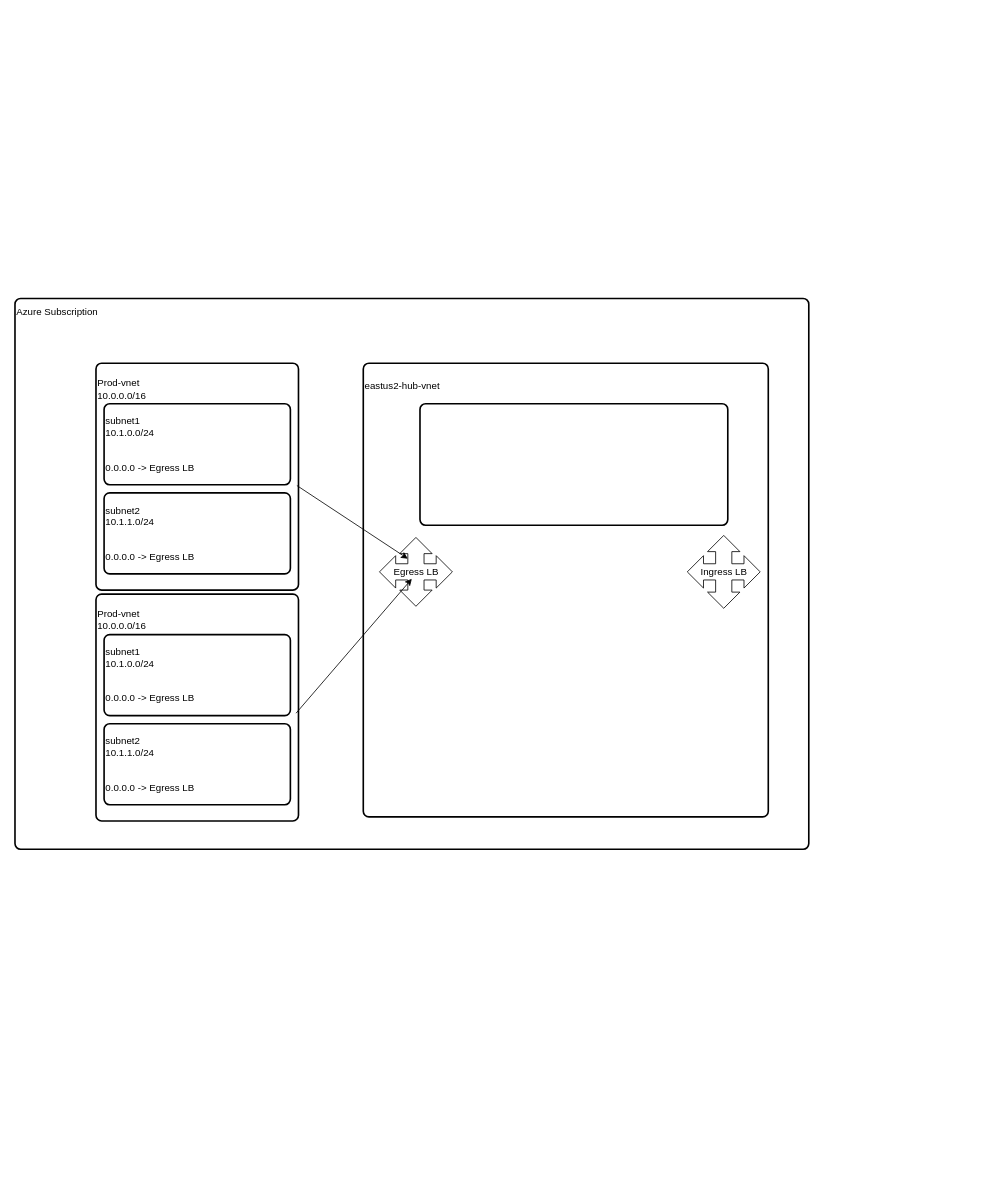
Above: page "Azure-Subscription" (2 of 2) of teste1.drawio in vagner-instructor/topologies (draw.io), before the change. Source tidied: cells renumbered, new cells numbered last; positions are measured from the earlier drawing's top-left corner, leaving out a move shared by most shapes. Both pictures are drawn from the tidied source at 81%, with x=0, y=0 at pixel (15, 298). Pictures stored in the file or linked from it are replaced by grey dashed boxes.
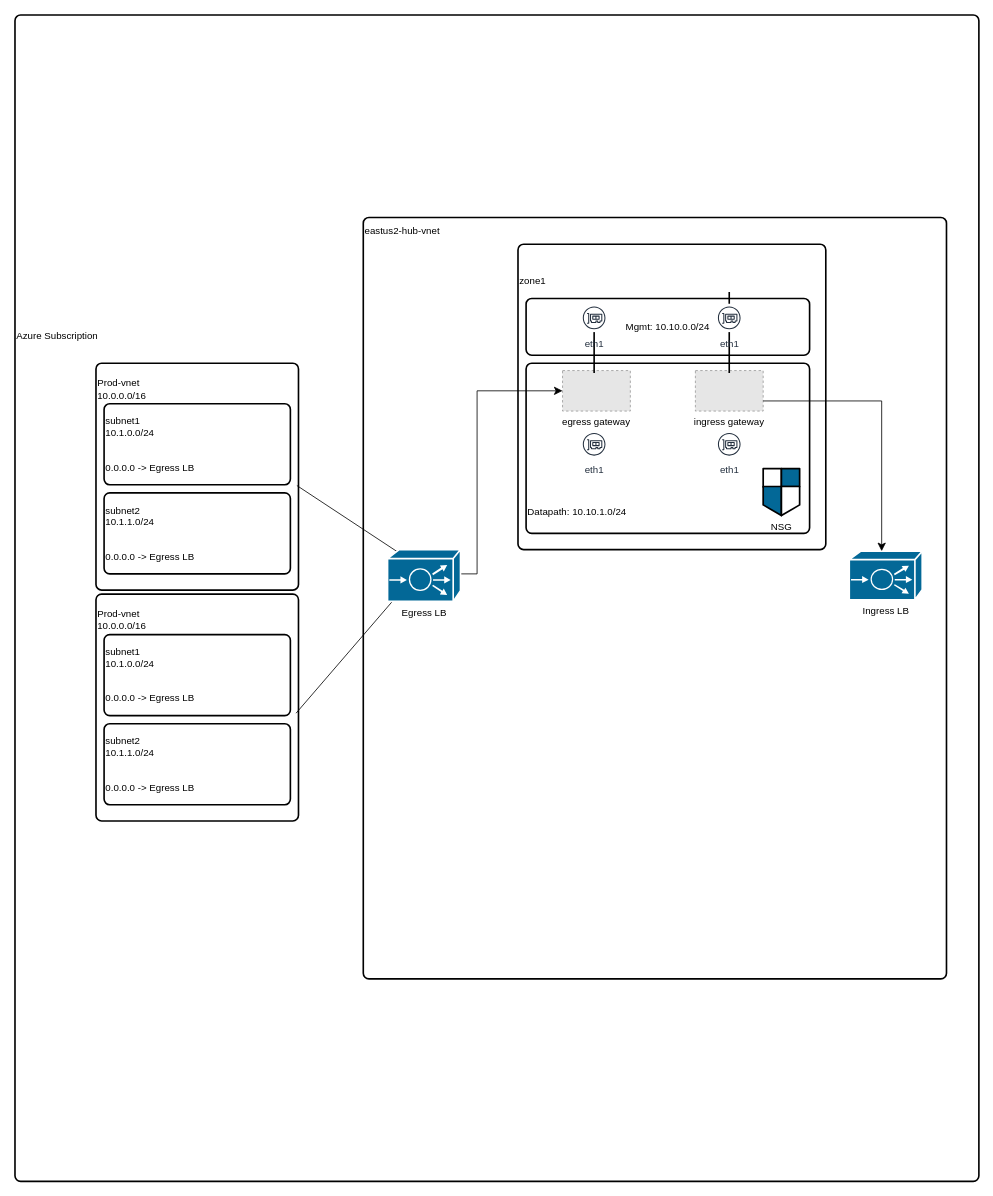
The same diagram, later.

The change refers to these unchanged cells:
```xml
<mxCell id="3" value="Prod-vnet&lt;div&gt;10.0.0.0/16&lt;/div&gt;&lt;div&gt;&lt;br&gt;&lt;/div&gt;&lt;div&gt;&lt;br&gt;&lt;/div&gt;&lt;div&gt;&lt;br&gt;&lt;/div&gt;&lt;div&gt;&lt;br&gt;&lt;/div&gt;&lt;div&gt;&lt;br&gt;&lt;/div&gt;&lt;div&gt;&amp;nbsp;&lt;/div&gt;&lt;div style=&quot;&quot;&gt;&lt;br&gt;&lt;/div&gt;&lt;div style=&quot;&quot;&gt;&lt;br&gt;&lt;/div&gt;&lt;div style=&quot;&quot;&gt;&lt;br&gt;&lt;/div&gt;&lt;div style=&quot;&quot;&gt;&lt;br&gt;&lt;/div&gt;&lt;div style=&quot;&quot;&gt;&lt;br&gt;&lt;/div&gt;&lt;div style=&quot;&quot;&gt;&lt;br&gt;&lt;/div&gt;&lt;div style=&quot;&quot;&gt;&lt;br&gt;&lt;/div&gt;&lt;div style=&quot;&quot;&gt;&lt;br&gt;&lt;/div&gt;&lt;div style=&quot;&quot;&gt;&lt;br&gt;&lt;/div&gt;" style="rounded=1;whiteSpace=wrap;html=1;absoluteArcSize=1;arcSize=14;strokeWidth=2;align=left;" parent="1" vertex="1">
  <mxGeometry x="100" y="80" width="250" height="280" as="geometry" />
</mxCell>
<mxCell id="6" value="Prod-vnet&lt;div&gt;10.0.0.0/16&lt;/div&gt;&lt;div&gt;&lt;br&gt;&lt;/div&gt;&lt;div&gt;&lt;br&gt;&lt;/div&gt;&lt;div&gt;&lt;br&gt;&lt;/div&gt;&lt;div&gt;&lt;br&gt;&lt;/div&gt;&lt;div&gt;&lt;br&gt;&lt;/div&gt;&lt;div&gt;&amp;nbsp;&lt;/div&gt;&lt;div style=&quot;&quot;&gt;&lt;br&gt;&lt;/div&gt;&lt;div style=&quot;&quot;&gt;&lt;br&gt;&lt;/div&gt;&lt;div style=&quot;&quot;&gt;&lt;br&gt;&lt;/div&gt;&lt;div style=&quot;&quot;&gt;&lt;br&gt;&lt;/div&gt;&lt;div style=&quot;&quot;&gt;&lt;br&gt;&lt;/div&gt;&lt;div style=&quot;&quot;&gt;&lt;br&gt;&lt;/div&gt;&lt;div style=&quot;&quot;&gt;&lt;br&gt;&lt;/div&gt;&lt;div style=&quot;&quot;&gt;&lt;br&gt;&lt;/div&gt;&lt;div style=&quot;&quot;&gt;&lt;br&gt;&lt;/div&gt;" style="rounded=1;whiteSpace=wrap;html=1;absoluteArcSize=1;arcSize=14;strokeWidth=2;align=left;" parent="1" vertex="1">
  <mxGeometry x="100" y="365" width="250" height="280" as="geometry" />
</mxCell>
```

Change to the diagram source:
```diff
@@
     <mxCell id="2" value="Azure Subscription&lt;div&gt;&lt;br&gt;&lt;/div&gt;&lt;div&gt;&lt;br&gt;&lt;/div&gt;&lt;div&gt;&lt;br&gt;&lt;/div&gt;&lt;div&gt;&lt;br&gt;&lt;/div&gt;&lt;div&gt;&lt;br&gt;&lt;/div&gt;&lt;div&gt;&lt;br&gt;&lt;/div&gt;&lt;div&gt;&lt;br&gt;&lt;/div&gt;&lt;div&gt;&lt;br&gt;&lt;/div&gt;&lt;div&gt;&lt;br&gt;&lt;/div&gt;&lt;div&gt;&lt;br&gt;&lt;/div&gt;&lt;div&gt;&lt;br&gt;&lt;/div&gt;&lt;div&gt;&lt;br&gt;&lt;/div&gt;&lt;div&gt;&lt;br&gt;&lt;/div&gt;&lt;div&gt;&lt;br&gt;&lt;/div&gt;&lt;div&gt;&lt;br&gt;&lt;/div&gt;&lt;div&gt;&lt;br&gt;&lt;/div&gt;&lt;div&gt;&lt;br&gt;&lt;/div&gt;&lt;div&gt;&lt;br&gt;&lt;/div&gt;&lt;div&gt;&lt;br&gt;&lt;/div&gt;&lt;div&gt;&lt;br&gt;&lt;/div&gt;&lt;div&gt;&lt;br&gt;&lt;/div&gt;&lt;div&gt;&lt;br&gt;&lt;/div&gt;&lt;div&gt;&lt;br&gt;&lt;/div&gt;&lt;div&gt;&lt;br&gt;&lt;/div&gt;&lt;div&gt;&lt;br&gt;&lt;/div&gt;&lt;div&gt;&lt;br&gt;&lt;/div&gt;&lt;div&gt;&lt;br&gt;&lt;/div&gt;&lt;div&gt;&lt;br&gt;&lt;/div&gt;&lt;div&gt;&lt;br&gt;&lt;/div&gt;&lt;div&gt;&lt;br&gt;&lt;/div&gt;&lt;div&gt;&lt;br&gt;&lt;/div&gt;&lt;div&gt;&lt;br&gt;&lt;/div&gt;&lt;div&gt;&lt;br&gt;&lt;/div&gt;&lt;div&gt;&lt;br&gt;&lt;/div&gt;&lt;div&gt;&lt;br&gt;&lt;/div&gt;&lt;div&gt;&lt;br&gt;&lt;/div&gt;&lt;div&gt;&lt;br&gt;&lt;/div&gt;&lt;div&gt;&lt;br&gt;&lt;/div&gt;&lt;div&gt;&lt;br&gt;&lt;/div&gt;&lt;div&gt;&lt;br&gt;&lt;/div&gt;&lt;div&gt;&lt;br&gt;&lt;/div&gt;&lt;div&gt;&lt;br&gt;&lt;/div&gt;&lt;div&gt;&lt;br&gt;&lt;/div&gt;&lt;div&gt;&lt;br&gt;&lt;/div&gt;&lt;div&gt;&lt;br&gt;&lt;/div&gt;" style="rounded=1;whiteSpace=wrap;html=1;absoluteArcSize=1;arcSize=14;strokeWidth=2;align=left;" parent="1" vertex="1">
-      <mxGeometry width="980" height="680" as="geometry" />
+      <mxGeometry y="-350" width="1190" height="1440" as="geometry" />
     </mxCell>
@@
-    <mxCell id="9" value="eastus2-hub-vnet&lt;div&gt;&lt;br&gt;&lt;/div&gt;&lt;div&gt;&lt;br&gt;&lt;/div&gt;&lt;div&gt;&lt;br&gt;&lt;/div&gt;&lt;div&gt;&lt;br&gt;&lt;/div&gt;&lt;div&gt;&lt;br&gt;&lt;/div&gt;&lt;div&gt;&lt;br&gt;&lt;/div&gt;&lt;div&gt;&lt;br&gt;&lt;/div&gt;&lt;div&gt;&lt;br&gt;&lt;/div&gt;&lt;div&gt;&lt;br&gt;&lt;/div&gt;&lt;div&gt;&lt;br&gt;&lt;/div&gt;&lt;div&gt;&lt;br&gt;&lt;/div&gt;&lt;div&gt;&lt;br&gt;&lt;/div&gt;&lt;div&gt;&lt;br&gt;&lt;/div&gt;&lt;div&gt;&lt;br&gt;&lt;/div&gt;&lt;div&gt;&lt;br&gt;&lt;/div&gt;&lt;div&gt;&lt;br&gt;&lt;/div&gt;&lt;div&gt;&lt;br&gt;&lt;/div&gt;&lt;div&gt;&lt;br&gt;&lt;/div&gt;&lt;div&gt;&lt;br&gt;&lt;/div&gt;&lt;div&gt;&lt;br&gt;&lt;/div&gt;&lt;div&gt;&lt;br&gt;&lt;/div&gt;&lt;div&gt;&lt;br&gt;&lt;/div&gt;&lt;div&gt;&lt;br&gt;&lt;/div&gt;&lt;div&gt;&lt;br&gt;&lt;/div&gt;&lt;div&gt;&lt;br&gt;&lt;/div&gt;&lt;div&gt;&lt;br&gt;&lt;/div&gt;&lt;div&gt;&lt;br&gt;&lt;/div&gt;&lt;div&gt;&lt;br&gt;&lt;/div&gt;&lt;div&gt;&lt;br&gt;&lt;/div&gt;&lt;div&gt;&lt;br&gt;&lt;/div&gt;&lt;div&gt;&lt;br&gt;&lt;/div&gt;&lt;div&gt;&lt;br&gt;&lt;/div&gt;&lt;div&gt;&lt;br&gt;&lt;/div&gt;&lt;div&gt;&lt;br&gt;&lt;/div&gt;&lt;div&gt;&lt;br&gt;&lt;/div&gt;" style="rounded=1;whiteSpace=wrap;html=1;absoluteArcSize=1;arcSize=14;strokeWidth=2;align=left;" parent="1" vertex="1">
-      <mxGeometry x="430" y="80" width="500" height="560" as="geometry" />
+    <mxCell id="9" value="eastus2-hub-vnet&lt;div&gt;&lt;br&gt;&lt;/div&gt;&lt;div&gt;&lt;br&gt;&lt;/div&gt;&lt;div&gt;&lt;br&gt;&lt;/div&gt;&lt;div&gt;&lt;br&gt;&lt;/div&gt;&lt;div&gt;&lt;br&gt;&lt;/div&gt;&lt;div&gt;&lt;br&gt;&lt;/div&gt;&lt;div&gt;&lt;br&gt;&lt;/div&gt;&lt;div&gt;&lt;br&gt;&lt;/div&gt;&lt;div&gt;&lt;br&gt;&lt;/div&gt;&lt;div&gt;&lt;br&gt;&lt;/div&gt;&lt;div&gt;&lt;br&gt;&lt;/div&gt;&lt;div&gt;&lt;br&gt;&lt;/div&gt;&lt;div&gt;&lt;br&gt;&lt;/div&gt;&lt;div&gt;&lt;br&gt;&lt;/div&gt;&lt;div&gt;&lt;br&gt;&lt;/div&gt;&lt;div&gt;&lt;br&gt;&lt;/div&gt;&lt;div&gt;&lt;br&gt;&lt;/div&gt;&lt;div&gt;&lt;br&gt;&lt;/div&gt;&lt;div&gt;&lt;br&gt;&lt;/div&gt;&lt;div&gt;&lt;br&gt;&lt;/div&gt;&lt;div&gt;&lt;br&gt;&lt;/div&gt;&lt;div&gt;&lt;br&gt;&lt;/div&gt;&lt;div&gt;&lt;br&gt;&lt;/div&gt;&lt;div&gt;&lt;br&gt;&lt;/div&gt;&lt;div&gt;&lt;br&gt;&lt;/div&gt;&lt;div&gt;&lt;br&gt;&lt;/div&gt;&lt;div&gt;&lt;br&gt;&lt;/div&gt;&lt;div&gt;&lt;br&gt;&lt;/div&gt;&lt;div&gt;&lt;br&gt;&lt;/div&gt;&lt;div&gt;&lt;br&gt;&lt;/div&gt;&lt;div&gt;&lt;br&gt;&lt;/div&gt;&lt;div&gt;&lt;br&gt;&lt;/div&gt;&lt;div&gt;&lt;br&gt;&lt;/div&gt;&lt;div&gt;&lt;br&gt;&lt;/div&gt;&lt;div&gt;&lt;br&gt;&lt;/div&gt;&lt;div&gt;&lt;br&gt;&lt;/div&gt;&lt;div&gt;&lt;br&gt;&lt;/div&gt;&lt;div&gt;&lt;br&gt;&lt;/div&gt;&lt;div&gt;&lt;br&gt;&lt;/div&gt;&lt;div&gt;&lt;br&gt;&lt;/div&gt;&lt;div&gt;&lt;br&gt;&lt;/div&gt;&lt;div&gt;&lt;br&gt;&lt;/div&gt;&lt;div&gt;&lt;br&gt;&lt;/div&gt;&lt;div&gt;&lt;br&gt;&lt;/div&gt;&lt;div&gt;&lt;br&gt;&lt;/div&gt;&lt;div&gt;&lt;br&gt;&lt;/div&gt;&lt;div&gt;&lt;br&gt;&lt;/div&gt;&lt;div&gt;&lt;br&gt;&lt;/div&gt;&lt;div&gt;&lt;br&gt;&lt;/div&gt;&lt;div&gt;&lt;br&gt;&lt;/div&gt;&lt;div&gt;&lt;br&gt;&lt;/div&gt;&lt;div&gt;&lt;br&gt;&lt;/div&gt;&lt;div&gt;&lt;br&gt;&lt;/div&gt;&lt;div&gt;&lt;br&gt;&lt;/div&gt;&lt;div&gt;&lt;br&gt;&lt;/div&gt;&lt;div&gt;&lt;br&gt;&lt;/div&gt;&lt;div&gt;&lt;br&gt;&lt;/div&gt;&lt;div&gt;&lt;br&gt;&lt;/div&gt;&lt;div&gt;&lt;br&gt;&lt;/div&gt;&lt;div&gt;&lt;br&gt;&lt;/div&gt;&lt;div&gt;&lt;br&gt;&lt;/div&gt;&lt;div&gt;&lt;br&gt;&lt;/div&gt;&lt;div&gt;&lt;br&gt;&lt;/div&gt;" style="rounded=1;whiteSpace=wrap;html=1;absoluteArcSize=1;arcSize=14;strokeWidth=2;align=left;" parent="1" vertex="1">
+      <mxGeometry x="430" y="-100" width="720" height="940" as="geometry" />
     </mxCell>
-    <mxCell id="10" value="Ingress LB" style="html=1;shadow=0;dashed=0;align=center;verticalAlign=middle;shape=mxgraph.arrows2.quadArrow;dy=10;dx=20;notch=24;arrowHead=10;" parent="1" vertex="1">
-      <mxGeometry x="830" y="292.5" width="90" height="90" as="geometry" />
-    </mxCell>
-    <mxCell id="11" value="Egress LB" style="html=1;shadow=0;dashed=0;align=center;verticalAlign=middle;shape=mxgraph.arrows2.quadArrow;dy=10;dx=20;notch=24;arrowHead=10;" parent="1" vertex="1">
-      <mxGeometry x="450" y="295" width="90" height="85" as="geometry" />
-    </mxCell>
-    <mxCell id="12" style="endArrow=classic;html=1;rounded=0;exitX=0.992;exitY=0.539;exitDx=0;exitDy=0;exitPerimeter=0;entryX=0;entryY=0;entryDx=35;entryDy=26.25;entryPerimeter=0;" parent="1" edge="1" source="3" target="11">
-      <mxGeometry relative="1" as="geometry" />
+    <mxCell id="12" style="endArrow=classic;html=1;rounded=0;exitX=0.992;exitY=0.539;exitDx=0;exitDy=0;exitPerimeter=0;entryX=0;entryY=0;entryDx=35;entryDy=26.25;entryPerimeter=0;" parent="1" edge="1" source="3">
+      <mxGeometry relative="1" as="geometry">
+        <mxPoint x="485" y="321.2" as="targetPoint" />
+      </mxGeometry>
     </mxCell>
-    <mxCell id="13" style="endArrow=classic;html=1;rounded=0;exitX=0.988;exitY=0.525;exitDx=0;exitDy=0;exitPerimeter=0;entryX=0.444;entryY=0.6;entryDx=0;entryDy=0;entryPerimeter=0;" parent="1" edge="1" source="6" target="11">
-      <mxGeometry relative="1" as="geometry" />
+    <mxCell id="13" style="endArrow=classic;html=1;rounded=0;exitX=0.988;exitY=0.525;exitDx=0;exitDy=0;exitPerimeter=0;entryX=0.444;entryY=0.6;entryDx=0;entryDy=0;entryPerimeter=0;" parent="1" edge="1" source="6">
+      <mxGeometry relative="1" as="geometry">
+        <mxPoint x="490" y="346" as="targetPoint" />
+      </mxGeometry>
     </mxCell>
-    <mxCell id="14" style="rounded=1;whiteSpace=wrap;html=1;absoluteArcSize=1;arcSize=14;strokeWidth=2;" parent="1" vertex="1">
-      <mxGeometry x="500" y="130" width="380" height="150" as="geometry" />
+    <mxCell id="14" value="zone1&lt;div&gt;&lt;br&gt;&lt;/div&gt;&lt;div&gt;&lt;br&gt;&lt;/div&gt;&lt;div&gt;&lt;br&gt;&lt;/div&gt;&lt;div&gt;&lt;br&gt;&lt;/div&gt;&lt;div&gt;&lt;br&gt;&lt;/div&gt;&lt;div&gt;&lt;br&gt;&lt;/div&gt;&lt;div&gt;&lt;br&gt;&lt;/div&gt;&lt;div&gt;&lt;br&gt;&lt;/div&gt;&lt;div&gt;&lt;br&gt;&lt;/div&gt;&lt;div&gt;&lt;br&gt;&lt;/div&gt;&lt;div&gt;&lt;br&gt;&lt;/div&gt;&lt;div&gt;&lt;br&gt;&lt;/div&gt;&lt;div&gt;&lt;br&gt;&lt;/div&gt;&lt;div&gt;&lt;br&gt;&lt;/div&gt;&lt;div&gt;&lt;br&gt;&lt;/div&gt;&lt;div&gt;&lt;br&gt;&lt;/div&gt;&lt;div&gt;&lt;br&gt;&lt;/div&gt;&lt;div&gt;&lt;br&gt;&lt;/div&gt;&lt;div&gt;&lt;br&gt;&lt;/div&gt;&lt;div style=&quot;&quot;&gt;&lt;br&gt;&lt;/div&gt;" style="rounded=1;whiteSpace=wrap;html=1;absoluteArcSize=1;arcSize=14;strokeWidth=2;align=left;" parent="1" vertex="1">
+      <mxGeometry x="621" y="-67" width="380" height="377" as="geometry" />
     </mxCell>
+    <mxCell id="15" value="Mgmt: 10.10.0.0/24" style="rounded=1;whiteSpace=wrap;html=1;absoluteArcSize=1;arcSize=14;strokeWidth=2;" parent="1" vertex="1">
+      <mxGeometry x="631" width="350" height="70" as="geometry" />
+    </mxCell>
+    <mxCell id="16" value="&lt;div&gt;&lt;br&gt;&lt;/div&gt;&lt;div&gt;&lt;br&gt;&lt;/div&gt;&lt;div&gt;&lt;br&gt;&lt;/div&gt;&lt;div&gt;&lt;br&gt;&lt;/div&gt;&lt;div&gt;&lt;br&gt;&lt;/div&gt;&lt;div&gt;&lt;br&gt;&lt;/div&gt;&lt;div&gt;&lt;br&gt;&lt;/div&gt;&lt;div&gt;&lt;br&gt;&lt;/div&gt;&lt;div&gt;&lt;br&gt;&lt;/div&gt;&lt;div&gt;&lt;br&gt;&lt;/div&gt;&lt;div&gt;&lt;br&gt;&lt;/div&gt;&lt;div&gt;&lt;br&gt;&lt;/div&gt;&lt;div&gt;&lt;br&gt;&lt;/div&gt;&lt;div&gt;&lt;br&gt;&lt;/div&gt;&lt;div&gt;&lt;br&gt;&lt;/div&gt;&lt;div&gt;&lt;br&gt;&lt;/div&gt;&lt;div&gt;&lt;br&gt;&lt;/div&gt;&lt;div&gt;&lt;br&gt;&lt;/div&gt;&lt;div&gt;&lt;br&gt;&lt;/div&gt;&lt;div&gt;&lt;br&gt;&lt;/div&gt;&lt;div&gt;&lt;span style=&quot;background-color: initial;&quot;&gt;Datapath: 10.10.&lt;/span&gt;&lt;span style=&quot;background-color: initial;&quot;&gt;1.0/24&lt;/span&gt;&lt;br&gt;&lt;/div&gt;&lt;div&gt;&lt;span style=&quot;background-color: initial;&quot;&gt;&lt;br&gt;&lt;/span&gt;&lt;/div&gt;&lt;div&gt;&lt;span style=&quot;background-color: initial;&quot;&gt;&lt;br&gt;&lt;/span&gt;&lt;/div&gt;&lt;div&gt;&lt;span style=&quot;background-color: initial;&quot;&gt;&lt;br&gt;&lt;/span&gt;&lt;/div&gt;&lt;div&gt;&lt;span style=&quot;background-color: initial;&quot;&gt;&lt;br&gt;&lt;/span&gt;&lt;/div&gt;&lt;div&gt;&lt;span style=&quot;background-color: initial;&quot;&gt;&lt;br&gt;&lt;/span&gt;&lt;/div&gt;&lt;div&gt;&lt;span style=&quot;background-color: initial;&quot;&gt;&lt;br&gt;&lt;/span&gt;&lt;/div&gt;&lt;div&gt;&lt;span style=&quot;background-color: initial;&quot;&gt;&lt;br&gt;&lt;/span&gt;&lt;/div&gt;&lt;div&gt;&lt;span style=&quot;background-color: initial;&quot;&gt;&lt;br&gt;&lt;/span&gt;&lt;/div&gt;&lt;div&gt;&lt;span style=&quot;background-color: initial;&quot;&gt;&lt;br&gt;&lt;/span&gt;&lt;/div&gt;" style="rounded=1;whiteSpace=wrap;html=1;absoluteArcSize=1;arcSize=14;strokeWidth=2;align=left;" parent="1" vertex="1">
+      <mxGeometry x="631" y="80" width="350" height="210" as="geometry" />
+    </mxCell>
+    <mxCell id="17" value="egress gateway" style="fillColor=#E6E6E6;strokeColor=#999999;dashed=1;verticalLabelPosition=bottom;labelBackgroundColor=default;verticalAlign=top;" parent="1" vertex="1">
+      <mxGeometry x="676" y="89" width="83.7" height="50" as="geometry" />
+    </mxCell>
+    <mxCell id="18" value="ingress gateway" style="fillColor=#E6E6E6;strokeColor=#999999;dashed=1;verticalLabelPosition=bottom;labelBackgroundColor=default;verticalAlign=top;" parent="1" vertex="1">
+      <mxGeometry x="840" y="89" width="83.7" height="50" as="geometry" />
+    </mxCell>
+    <mxCell id="19" style="edgeStyle=elbowEdgeStyle;elbow=horizontal;endArrow=classic;html=1;curved=0;rounded=0;endSize=8;startSize=8;exitX=0.905;exitY=0.45;exitDx=0;exitDy=0;exitPerimeter=0;entryX=0;entryY=0.5;entryDx=0;entryDy=0;" parent="1" edge="1" target="17">
+      <mxGeometry relative="1" as="geometry">
+        <mxPoint x="542" y="340" as="sourcePoint" />
+        <Array as="points">
+          <mxPoint x="570.5" y="336.8" />
+          <mxPoint x="590.5" y="276.8" />
+        </Array>
+      </mxGeometry>
+    </mxCell>
+    <mxCell id="20" value="NSG" style="shape=mxgraph.cisco.security.network_security;sketch=0;html=1;dashed=0;fillColor=#036897;strokeColor=#ffffff;strokeWidth=2;verticalLabelPosition=bottom;verticalAlign=top;align=center;" parent="1" vertex="1">
+      <mxGeometry x="923.7" y="210" width="45" height="58" as="geometry" />
+    </mxCell>
+    <mxCell id="11" value="Egress LB" style="shape=mxgraph.cisco.misc.ace;sketch=0;html=1;dashed=0;fillColor=#036897;strokeColor=#ffffff;strokeWidth=2;verticalLabelPosition=bottom;verticalAlign=top;align=center;outlineConnect=0;" parent="1" vertex="1">
+      <mxGeometry x="460" y="310" width="90" height="64" as="geometry" />
+    </mxCell>
+    <mxCell id="10" value="Ingress LB" style="shape=mxgraph.cisco.misc.ace;sketch=0;html=1;dashed=0;fillColor=#036897;strokeColor=#ffffff;strokeWidth=2;verticalLabelPosition=bottom;verticalAlign=top;align=center;outlineConnect=0;" parent="1" vertex="1">
+      <mxGeometry x="1030" y="312" width="90" height="60" as="geometry" />
+    </mxCell>
+    <mxCell id="21" style="edgeStyle=elbowEdgeStyle;elbow=horizontal;endArrow=classic;html=1;curved=0;rounded=0;endSize=8;startSize=8;exitX=1;exitY=0.75;exitDx=0;exitDy=0;" parent="1" edge="1" source="18" target="10">
+      <mxGeometry relative="1" as="geometry">
+        <Array as="points">
+          <mxPoint x="1070" y="260" />
+          <mxPoint x="600.5" y="286.8" />
+        </Array>
+      </mxGeometry>
+    </mxCell>
+    <mxCell id="22" style="line;strokeWidth=2;direction=south;html=1;" parent="1" vertex="1">
+      <mxGeometry x="710" y="10" width="10" height="82" as="geometry" />
+    </mxCell>
+    <mxCell id="23" style="line;strokeWidth=2;direction=south;html=1;" parent="1" vertex="1">
+      <mxGeometry x="876.8" y="-8" width="10" height="100" as="geometry" />
+    </mxCell>
+    <mxCell id="24" value="eth1" style="sketch=0;fontColor=#232F3E;gradientColor=none;strokeColor=#232F3E;fillColor=#ffffff;dashed=0;verticalLabelPosition=bottom;verticalAlign=top;align=center;html=1;fontSize=12;fontStyle=0;shape=mxgraph.aws4.resourceIcon;resIcon=mxgraph.aws4.elastic_network_interface;" parent="1" vertex="1">
+      <mxGeometry x="697.5" y="162.5" width="35" height="35" as="geometry" />
+    </mxCell>
+    <mxCell id="25" value="eth1" style="sketch=0;fontColor=#232F3E;gradientColor=none;strokeColor=#232F3E;fillColor=#ffffff;dashed=0;verticalLabelPosition=bottom;verticalAlign=top;align=center;html=1;fontSize=12;fontStyle=0;shape=mxgraph.aws4.resourceIcon;resIcon=mxgraph.aws4.elastic_network_interface;" parent="1" vertex="1">
+      <mxGeometry x="864.3" y="162.5" width="35" height="35" as="geometry" />
+    </mxCell>
+    <mxCell id="26" value="eth1" style="sketch=0;fontColor=#232F3E;gradientColor=none;strokeColor=#232F3E;fillColor=#ffffff;dashed=0;verticalLabelPosition=bottom;verticalAlign=top;align=center;html=1;fontSize=12;fontStyle=0;shape=mxgraph.aws4.resourceIcon;resIcon=mxgraph.aws4.elastic_network_interface;" parent="1" vertex="1">
+      <mxGeometry x="697.5" y="6.5" width="35" height="35" as="geometry" />
+    </mxCell>
+    <mxCell id="27" value="eth1" style="sketch=0;fontColor=#232F3E;gradientColor=none;strokeColor=#232F3E;fillColor=#ffffff;dashed=0;verticalLabelPosition=bottom;verticalAlign=top;align=center;html=1;fontSize=12;fontStyle=0;shape=mxgraph.aws4.resourceIcon;resIcon=mxgraph.aws4.elastic_network_interface;" parent="1" vertex="1">
+      <mxGeometry x="864.3" y="6.5" width="35" height="35" as="geometry" />
+    </mxCell>
```
